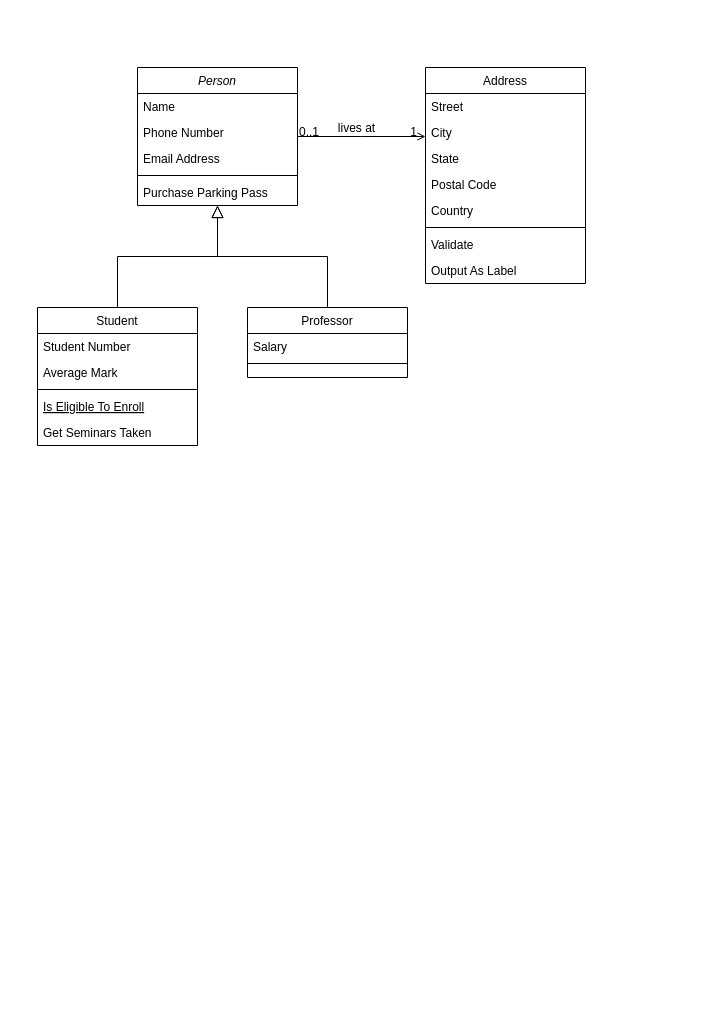
This is Untitled Diagram.drawio from anamnrani786/30-Days-Of-Python, a draw.io file, before an edit. Source tidied: cells renumbered, new cells numbered last; positions are measured from the earlier drawing's top-left corner, leaving out a move shared by most shapes. Both pictures are drawn from the tidied source at 100%, with x=0, y=0 at pixel (37, 67).
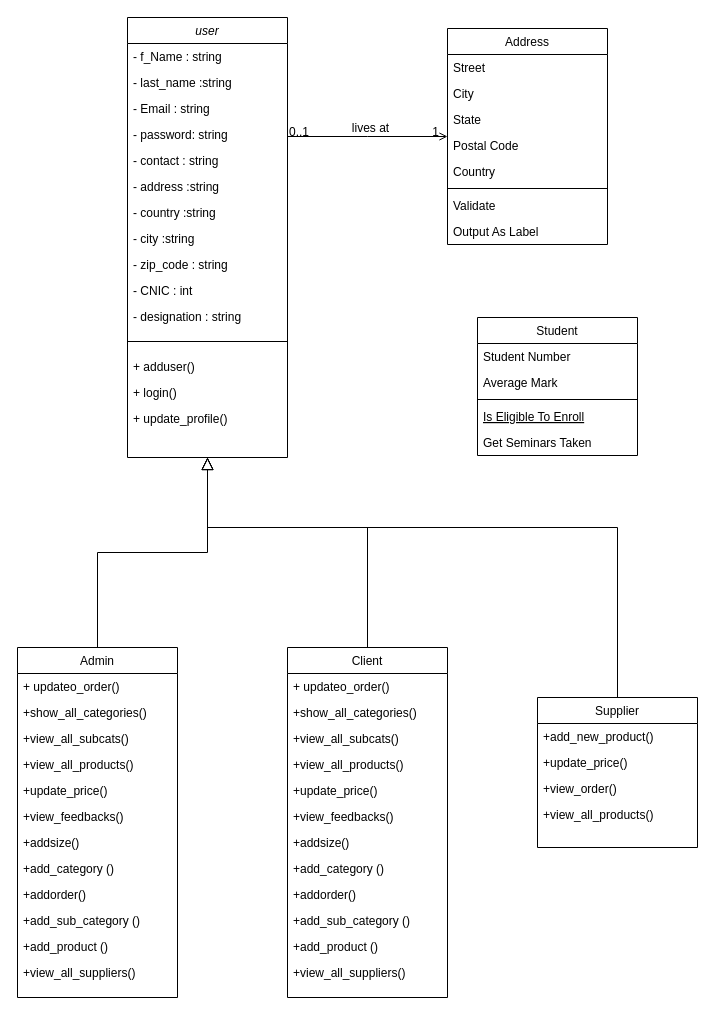
After the change.

The edit, as a diff of the source:
```diff
@@
-    <mxCell id="2" value="Person" style="swimlane;fontStyle=2;align=center;verticalAlign=top;horizontal=1;startSize=26;rounded=0;shadow=0;strokeWidth=1;" parent="1" vertex="1">
-      <mxGeometry x="100" width="160" height="138" as="geometry" />
+    <mxCell id="2" value="user" style="swimlane;fontStyle=2;align=center;verticalAlign=top;horizontal=1;startSize=26;rounded=0;shadow=0;strokeWidth=1;" parent="1" vertex="1">
+      <mxGeometry x="90" y="-50" width="160" height="440" as="geometry" />
     </mxCell>
-    <mxCell id="3" value="Name" style="text;align=left;verticalAlign=top;spacingLeft=4;spacingRight=4;overflow=hidden;" parent="2" vertex="1">
+    <mxCell id="3" value="- f_Name : string" style="text;align=left;verticalAlign=top;spacingLeft=4;spacingRight=4;overflow=hidden;" parent="2" vertex="1">
       <mxGeometry y="26" width="160" height="26" as="geometry" />
     </mxCell>
-    <mxCell id="4" value="Phone Number" style="text;align=left;verticalAlign=top;spacingLeft=4;spacingRight=4;overflow=hidden;rounded=0;shadow=0;html=0;" parent="2" vertex="1">
+    <mxCell id="4" value="- last_name :string" style="text;align=left;verticalAlign=top;spacingLeft=4;spacingRight=4;overflow=hidden;rounded=0;shadow=0;html=0;" parent="2" vertex="1">
       <mxGeometry y="52" width="160" height="26" as="geometry" />
     </mxCell>
-    <mxCell id="5" value="Email Address" style="text;align=left;verticalAlign=top;spacingLeft=4;spacingRight=4;overflow=hidden;rounded=0;shadow=0;html=0;" parent="2" vertex="1">
+    <mxCell id="5" value="- Email : string&#10; " style="text;align=left;verticalAlign=top;spacingLeft=4;spacingRight=4;overflow=hidden;rounded=0;shadow=0;html=0;" parent="2" vertex="1">
       <mxGeometry y="78" width="160" height="26" as="geometry" />
     </mxCell>
+    <mxCell id="7" value="- password: string" style="text;align=left;verticalAlign=top;spacingLeft=4;spacingRight=4;overflow=hidden;" parent="2" vertex="1">
+      <mxGeometry y="104" width="160" height="26" as="geometry" />
+    </mxCell>
+    <mxCell id="32" value="- contact : string" style="text;align=left;verticalAlign=top;spacingLeft=4;spacingRight=4;overflow=hidden;" parent="2" vertex="1">
+      <mxGeometry y="130" width="160" height="26" as="geometry" />
+    </mxCell>
+    <mxCell id="33" value="- address :string " style="text;align=left;verticalAlign=top;spacingLeft=4;spacingRight=4;overflow=hidden;" parent="2" vertex="1">
+      <mxGeometry y="156" width="160" height="26" as="geometry" />
+    </mxCell>
+    <mxCell id="34" value="- country :string " style="text;align=left;verticalAlign=top;spacingLeft=4;spacingRight=4;overflow=hidden;" parent="2" vertex="1">
+      <mxGeometry y="182" width="160" height="26" as="geometry" />
+    </mxCell>
+    <mxCell id="35" value="- city :string " style="text;align=left;verticalAlign=top;spacingLeft=4;spacingRight=4;overflow=hidden;" parent="2" vertex="1">
+      <mxGeometry y="208" width="160" height="26" as="geometry" />
+    </mxCell>
+    <mxCell id="36" value="- zip_code : string" style="text;align=left;verticalAlign=top;spacingLeft=4;spacingRight=4;overflow=hidden;" parent="2" vertex="1">
+      <mxGeometry y="234" width="160" height="26" as="geometry" />
+    </mxCell>
+    <mxCell id="37" value="- CNIC : int" style="text;align=left;verticalAlign=top;spacingLeft=4;spacingRight=4;overflow=hidden;" parent="2" vertex="1">
+      <mxGeometry y="260" width="160" height="26" as="geometry" />
+    </mxCell>
+    <mxCell id="38" value="- designation : string" style="text;align=left;verticalAlign=top;spacingLeft=4;spacingRight=4;overflow=hidden;" parent="2" vertex="1">
+      <mxGeometry y="286" width="160" height="26" as="geometry" />
+    </mxCell>
     <mxCell id="6" style="line;html=1;strokeWidth=1;align=left;verticalAlign=middle;spacingTop=-1;spacingLeft=3;spacingRight=3;labelPosition=right;" parent="2" vertex="1">
-      <mxGeometry y="104" width="160" height="8" as="geometry" />
+      <mxGeometry y="312" width="160" height="24" as="geometry" />
     </mxCell>
-    <mxCell id="7" value="Purchase Parking Pass" style="text;align=left;verticalAlign=top;spacingLeft=4;spacingRight=4;overflow=hidden;" parent="2" vertex="1">
-      <mxGeometry y="112" width="160" height="26" as="geometry" />
-    </mxCell>
+    <mxCell id="39" value="+ adduser() " style="text;align=left;verticalAlign=top;spacingLeft=4;spacingRight=4;overflow=hidden;" parent="2" vertex="1">
+      <mxGeometry y="336" width="160" height="26" as="geometry" />
+    </mxCell>
+    <mxCell id="40" value="+ login() " style="text;align=left;verticalAlign=top;spacingLeft=4;spacingRight=4;overflow=hidden;" parent="2" vertex="1">
+      <mxGeometry y="362" width="160" height="26" as="geometry" />
+    </mxCell>
+    <mxCell id="41" value="+ update_profile() " style="text;align=left;verticalAlign=top;spacingLeft=4;spacingRight=4;overflow=hidden;" parent="2" vertex="1">
+      <mxGeometry y="388" width="160" height="26" as="geometry" />
+    </mxCell>
-    <mxCell id="8" value="Student" style="swimlane;fontStyle=0;align=center;verticalAlign=top;horizontal=1;startSize=26;rounded=0;shadow=0;strokeWidth=1;" parent="1" vertex="1">
-      <mxGeometry y="240" width="160" height="138" as="geometry" />
+    <mxCell id="8" value="Admin" style="swimlane;fontStyle=0;align=center;verticalAlign=top;horizontal=1;startSize=26;rounded=0;shadow=0;strokeWidth=1;" parent="1" vertex="1">
+      <mxGeometry x="-20" y="580" width="160" height="350" as="geometry" />
     </mxCell>
-    <mxCell id="9" value="Student Number" style="text;align=left;verticalAlign=top;spacingLeft=4;spacingRight=4;overflow=hidden;" parent="8" vertex="1">
-      <mxGeometry y="26" width="160" height="26" as="geometry" />
-    </mxCell>
-    <mxCell id="10" value="Average Mark" style="text;align=left;verticalAlign=top;spacingLeft=4;spacingRight=4;overflow=hidden;rounded=0;shadow=0;html=0;" parent="8" vertex="1">
-      <mxGeometry y="52" width="160" height="26" as="geometry" />
+    <mxCell id="10" value="+ updateo_order()" style="text;align=left;verticalAlign=top;spacingLeft=4;spacingRight=4;overflow=hidden;rounded=0;shadow=0;html=0;" parent="8" vertex="1">
+      <mxGeometry y="26" width="160" height="26" as="geometry" />
     </mxCell>
-    <mxCell id="11" style="line;html=1;strokeWidth=1;align=left;verticalAlign=middle;spacingTop=-1;spacingLeft=3;spacingRight=3;labelPosition=right;" parent="8" vertex="1">
-      <mxGeometry y="78" width="160" height="8" as="geometry" />
-    </mxCell>
-    <mxCell id="12" value="Is Eligible To Enroll" style="text;align=left;verticalAlign=top;spacingLeft=4;spacingRight=4;overflow=hidden;fontStyle=4;" parent="8" vertex="1">
-      <mxGeometry y="86" width="160" height="26" as="geometry" />
-    </mxCell>
-    <mxCell id="13" value="Get Seminars Taken" style="text;align=left;verticalAlign=top;spacingLeft=4;spacingRight=4;overflow=hidden;" parent="8" vertex="1">
-      <mxGeometry y="112" width="160" height="26" as="geometry" />
+    <mxCell id="13" value="+show_all_categories()" style="text;align=left;verticalAlign=top;spacingLeft=4;spacingRight=4;overflow=hidden;" parent="8" vertex="1">
+      <mxGeometry y="52" width="160" height="26" as="geometry" />
     </mxCell>
+    <mxCell id="42" value="+view_all_subcats()" style="text;align=left;verticalAlign=top;spacingLeft=4;spacingRight=4;overflow=hidden;" parent="8" vertex="1">
+      <mxGeometry y="78" width="160" height="26" as="geometry" />
+    </mxCell>
+    <mxCell id="43" value="+view_all_products()" style="text;align=left;verticalAlign=top;spacingLeft=4;spacingRight=4;overflow=hidden;" parent="8" vertex="1">
+      <mxGeometry y="104" width="160" height="26" as="geometry" />
+    </mxCell>
+    <mxCell id="44" value="+update_price() " style="text;align=left;verticalAlign=top;spacingLeft=4;spacingRight=4;overflow=hidden;" parent="8" vertex="1">
+      <mxGeometry y="130" width="160" height="26" as="geometry" />
+    </mxCell>
+    <mxCell id="45" value="+view_feedbacks() " style="text;align=left;verticalAlign=top;spacingLeft=4;spacingRight=4;overflow=hidden;" parent="8" vertex="1">
+      <mxGeometry y="156" width="160" height="26" as="geometry" />
+    </mxCell>
+    <mxCell id="46" value="+addsize() " style="text;align=left;verticalAlign=top;spacingLeft=4;spacingRight=4;overflow=hidden;" parent="8" vertex="1">
+      <mxGeometry y="182" width="160" height="26" as="geometry" />
+    </mxCell>
+    <mxCell id="47" value="+add_category ()" style="text;align=left;verticalAlign=top;spacingLeft=4;spacingRight=4;overflow=hidden;" parent="8" vertex="1">
+      <mxGeometry y="208" width="160" height="26" as="geometry" />
+    </mxCell>
+    <mxCell id="48" value="+addorder()" style="text;align=left;verticalAlign=top;spacingLeft=4;spacingRight=4;overflow=hidden;" parent="8" vertex="1">
+      <mxGeometry y="234" width="160" height="26" as="geometry" />
+    </mxCell>
+    <mxCell id="49" value="+add_sub_category ()" style="text;align=left;verticalAlign=top;spacingLeft=4;spacingRight=4;overflow=hidden;" parent="8" vertex="1">
+      <mxGeometry y="260" width="160" height="26" as="geometry" />
+    </mxCell>
+    <mxCell id="50" value="+add_product ()" style="text;align=left;verticalAlign=top;spacingLeft=4;spacingRight=4;overflow=hidden;" parent="8" vertex="1">
+      <mxGeometry y="286" width="160" height="26" as="geometry" />
+    </mxCell>
+    <mxCell id="51" value="+view_all_suppliers()" style="text;align=left;verticalAlign=top;spacingLeft=4;spacingRight=4;overflow=hidden;" parent="8" vertex="1">
+      <mxGeometry y="312" width="160" height="26" as="geometry" />
+    </mxCell>
@@
-    <mxCell id="15" value="Professor" style="swimlane;fontStyle=0;align=center;verticalAlign=top;horizontal=1;startSize=26;rounded=0;shadow=0;strokeWidth=1;" parent="1" vertex="1">
-      <mxGeometry x="210" y="240" width="160" height="70" as="geometry" />
+    <mxCell id="15" value="Supplier" style="swimlane;fontStyle=0;align=center;verticalAlign=top;horizontal=1;startSize=26;rounded=0;shadow=0;strokeWidth=1;" parent="1" vertex="1">
+      <mxGeometry x="500" y="630" width="160" height="150" as="geometry" />
     </mxCell>
-    <mxCell id="16" value="Salary" style="text;align=left;verticalAlign=top;spacingLeft=4;spacingRight=4;overflow=hidden;" parent="15" vertex="1">
+    <mxCell id="16" value="+add_new_product()" style="text;align=left;verticalAlign=top;spacingLeft=4;spacingRight=4;overflow=hidden;" parent="15" vertex="1">
       <mxGeometry y="26" width="160" height="26" as="geometry" />
     </mxCell>
-    <mxCell id="17" style="line;html=1;strokeWidth=1;align=left;verticalAlign=middle;spacingTop=-1;spacingLeft=3;spacingRight=3;labelPosition=right;" parent="15" vertex="1">
-      <mxGeometry y="52" width="160" height="8" as="geometry" />
-    </mxCell>
+    <mxCell id="52" value="+update_price()" style="text;align=left;verticalAlign=top;spacingLeft=4;spacingRight=4;overflow=hidden;" parent="15" vertex="1">
+      <mxGeometry y="52" width="160" height="26" as="geometry" />
+    </mxCell>
+    <mxCell id="53" value="+view_order()" style="text;align=left;verticalAlign=top;spacingLeft=4;spacingRight=4;overflow=hidden;" parent="15" vertex="1">
+      <mxGeometry y="78" width="160" height="26" as="geometry" />
+    </mxCell>
+    <mxCell id="54" value="+view_all_products()" style="text;align=left;verticalAlign=top;spacingLeft=4;spacingRight=4;overflow=hidden;" parent="15" vertex="1">
+      <mxGeometry y="104" width="160" height="26" as="geometry" />
+    </mxCell>
-    <mxCell id="18" style="endArrow=block;endSize=10;endFill=0;shadow=0;strokeWidth=1;rounded=0;edgeStyle=elbowEdgeStyle;elbow=vertical;" parent="1" edge="1" source="15" target="2">
-      <mxGeometry relative="1" as="geometry" />
+    <mxCell id="18" style="endArrow=block;endSize=10;endFill=0;shadow=0;strokeWidth=1;rounded=0;edgeStyle=elbowEdgeStyle;elbow=vertical;" parent="1" edge="1" source="15">
+      <mxGeometry relative="1" as="geometry">
+        <mxPoint x="170" y="390" as="targetPoint" />
+        <Array as="points">
+          <mxPoint x="280" y="460" />
+          <mxPoint x="60" y="460" />
+          <mxPoint x="210" y="470" />
+          <mxPoint x="380" y="460" />
+        </Array>
+      </mxGeometry>
     </mxCell>
     <mxCell id="19" value="Address" style="swimlane;fontStyle=0;align=center;verticalAlign=top;horizontal=1;startSize=26;rounded=0;shadow=0;strokeWidth=1;" parent="1" vertex="1">
-      <mxGeometry x="388" width="160" height="216" as="geometry" />
+      <mxGeometry x="410" y="-39" width="160" height="216" as="geometry" />
     </mxCell>
@@
+    <mxCell id="55" value="Student" style="swimlane;fontStyle=0;align=center;verticalAlign=top;horizontal=1;startSize=26;rounded=0;shadow=0;strokeWidth=1;" parent="1" vertex="1">
+      <mxGeometry x="440" y="250" width="160" height="138" as="geometry" />
+    </mxCell>
+    <mxCell id="9" value="Student Number" style="text;align=left;verticalAlign=top;spacingLeft=4;spacingRight=4;overflow=hidden;" parent="55" vertex="1">
+      <mxGeometry y="26" width="160" height="26" as="geometry" />
+    </mxCell>
+    <mxCell id="56" value="Average Mark" style="text;align=left;verticalAlign=top;spacingLeft=4;spacingRight=4;overflow=hidden;rounded=0;shadow=0;html=0;" parent="55" vertex="1">
+      <mxGeometry y="52" width="160" height="26" as="geometry" />
+    </mxCell>
+    <mxCell id="11" style="line;html=1;strokeWidth=1;align=left;verticalAlign=middle;spacingTop=-1;spacingLeft=3;spacingRight=3;labelPosition=right;" parent="55" vertex="1">
+      <mxGeometry y="78" width="160" height="8" as="geometry" />
+    </mxCell>
+    <mxCell id="12" value="Is Eligible To Enroll" style="text;align=left;verticalAlign=top;spacingLeft=4;spacingRight=4;overflow=hidden;fontStyle=4;" parent="55" vertex="1">
+      <mxGeometry y="86" width="160" height="26" as="geometry" />
+    </mxCell>
+    <mxCell id="57" value="Get Seminars Taken" style="text;align=left;verticalAlign=top;spacingLeft=4;spacingRight=4;overflow=hidden;" parent="55" vertex="1">
+      <mxGeometry y="112" width="160" height="26" as="geometry" />
+    </mxCell>
+    <mxCell id="58" value="Client" style="swimlane;fontStyle=0;align=center;verticalAlign=top;horizontal=1;startSize=26;rounded=0;shadow=0;strokeWidth=1;" parent="1" vertex="1">
+      <mxGeometry x="250" y="580" width="160" height="350" as="geometry" />
+    </mxCell>
+    <mxCell id="59" value="+ updateo_order()" style="text;align=left;verticalAlign=top;spacingLeft=4;spacingRight=4;overflow=hidden;rounded=0;shadow=0;html=0;" parent="58" vertex="1">
+      <mxGeometry y="26" width="160" height="26" as="geometry" />
+    </mxCell>
+    <mxCell id="60" value="+show_all_categories()" style="text;align=left;verticalAlign=top;spacingLeft=4;spacingRight=4;overflow=hidden;" parent="58" vertex="1">
+      <mxGeometry y="52" width="160" height="26" as="geometry" />
+    </mxCell>
+    <mxCell id="61" value="+view_all_subcats()" style="text;align=left;verticalAlign=top;spacingLeft=4;spacingRight=4;overflow=hidden;" parent="58" vertex="1">
+      <mxGeometry y="78" width="160" height="26" as="geometry" />
+    </mxCell>
+    <mxCell id="62" value="+view_all_products()" style="text;align=left;verticalAlign=top;spacingLeft=4;spacingRight=4;overflow=hidden;" parent="58" vertex="1">
+      <mxGeometry y="104" width="160" height="26" as="geometry" />
+    </mxCell>
+    <mxCell id="63" value="+update_price() " style="text;align=left;verticalAlign=top;spacingLeft=4;spacingRight=4;overflow=hidden;" parent="58" vertex="1">
+      <mxGeometry y="130" width="160" height="26" as="geometry" />
+    </mxCell>
+    <mxCell id="64" value="+view_feedbacks() " style="text;align=left;verticalAlign=top;spacingLeft=4;spacingRight=4;overflow=hidden;" parent="58" vertex="1">
+      <mxGeometry y="156" width="160" height="26" as="geometry" />
+    </mxCell>
+    <mxCell id="65" value="+addsize() " style="text;align=left;verticalAlign=top;spacingLeft=4;spacingRight=4;overflow=hidden;" parent="58" vertex="1">
+      <mxGeometry y="182" width="160" height="26" as="geometry" />
+    </mxCell>
+    <mxCell id="66" value="+add_category ()" style="text;align=left;verticalAlign=top;spacingLeft=4;spacingRight=4;overflow=hidden;" parent="58" vertex="1">
+      <mxGeometry y="208" width="160" height="26" as="geometry" />
+    </mxCell>
+    <mxCell id="67" value="+addorder()" style="text;align=left;verticalAlign=top;spacingLeft=4;spacingRight=4;overflow=hidden;" parent="58" vertex="1">
+      <mxGeometry y="234" width="160" height="26" as="geometry" />
+    </mxCell>
+    <mxCell id="68" value="+add_sub_category ()" style="text;align=left;verticalAlign=top;spacingLeft=4;spacingRight=4;overflow=hidden;" parent="58" vertex="1">
+      <mxGeometry y="260" width="160" height="26" as="geometry" />
+    </mxCell>
+    <mxCell id="69" value="+add_product ()" style="text;align=left;verticalAlign=top;spacingLeft=4;spacingRight=4;overflow=hidden;" parent="58" vertex="1">
+      <mxGeometry y="286" width="160" height="26" as="geometry" />
+    </mxCell>
+    <mxCell id="70" value="+view_all_suppliers()" style="text;align=left;verticalAlign=top;spacingLeft=4;spacingRight=4;overflow=hidden;" parent="58" vertex="1">
+      <mxGeometry y="312" width="160" height="26" as="geometry" />
+    </mxCell>
+    <mxCell id="71" style="endArrow=block;endSize=10;endFill=0;shadow=0;strokeWidth=1;rounded=0;edgeStyle=elbowEdgeStyle;elbow=vertical;" parent="1" edge="1">
+      <mxGeometry relative="1" as="geometry">
+        <mxPoint x="330" y="580" as="sourcePoint" />
+        <mxPoint x="170" y="390" as="targetPoint" />
+        <Array as="points">
+          <mxPoint x="260" y="460" />
+        </Array>
+      </mxGeometry>
+    </mxCell>
```
